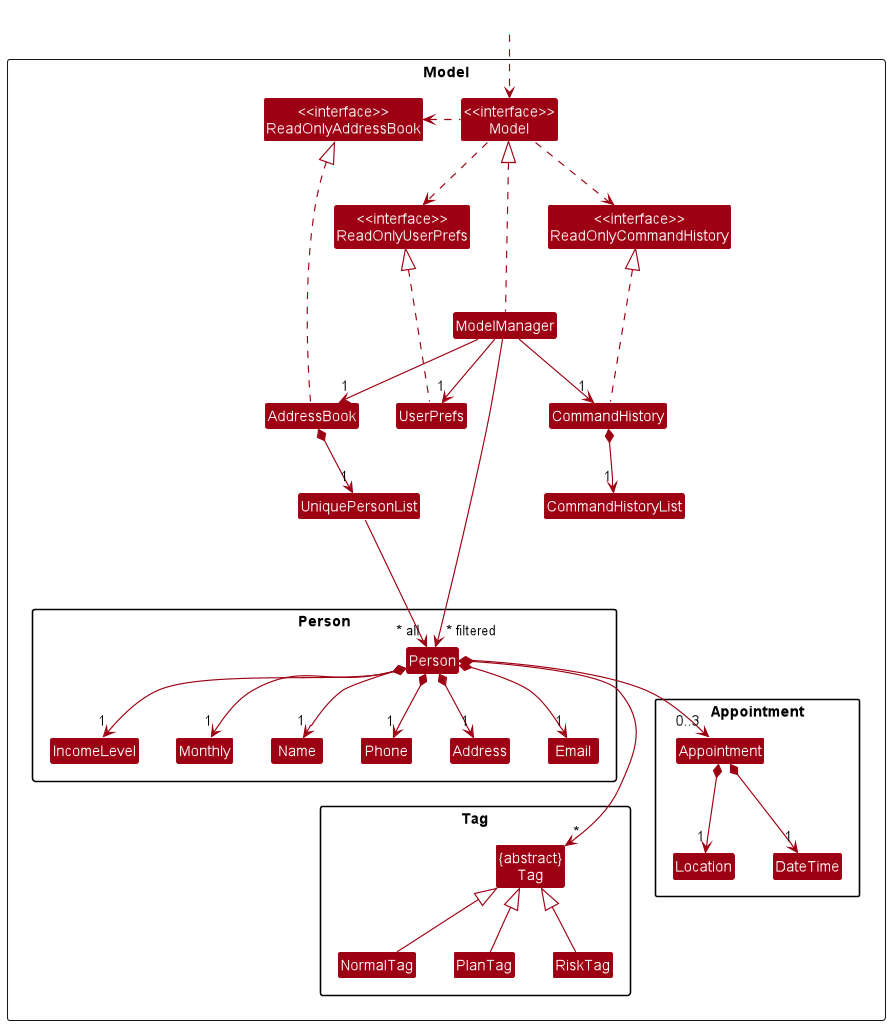
Earlier version of the PlantUML export docs/images/ModelClassDiagram.png (nus-cs2103-AY2223S1/tp). Its source is kept beside it as docs/diagrams/ModelClassDiagram.puml.
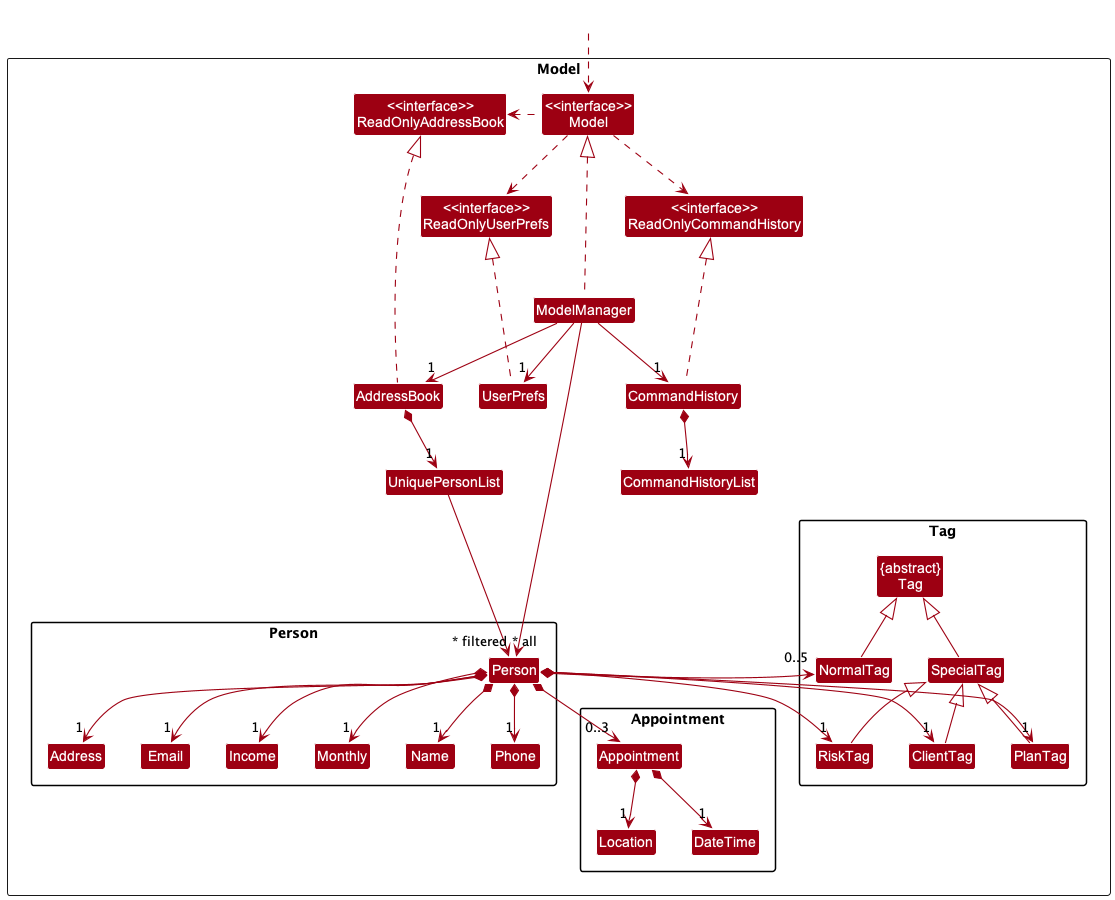
After the commit.

Diff of the diagram source:
```diff
@@ -15,7 +15,7 @@
 Class Email
 Class Name
 Class Phone
-Class IncomeLevel
+Class Income
 Class Monthly
 Class HiddenModel2 #FFFFFF
 Class HiddenModel3 #FFFFFF
@@ -26,6 +26,8 @@
 Class NormalTag
 Class PlanTag
 Class RiskTag
+Class ClientTag
+Class SpecialTag
 }
 
 Package Appointment as AppointmentPackage{
@@ -47,12 +49,13 @@
 Class Name
 Class Phone
 Class "{abstract}\nTag" as Tag
-Class IncomeLevel
+Class Income
 Class Monthly
 Class Appointment
 Class NormalTag
 Class PlanTag
 Class RiskTag
+class ClientTag
 Class Location
 Class DateTime
 
@@ -80,10 +83,13 @@
 Person *--> "1" Phone
 Person *--> "1" Email
 Person *--> "1" Address
-Person *--> "1" IncomeLevel
+Person *--> "1" Income
 Person *--> "1" Monthly
 Person *--> "0..3" Appointment
-Person *---> "*" Tag
+Person *-right-> "1" PlanTag
+Person *-right-> "1" RiskTag
+Person *-right-> "1" ClientTag
+Person *-right-> "0..5" NormalTag
 Appointment *--> "1" Location
 Appointment *--> "1" DateTime
 
@@ -102,8 +108,10 @@
 
 
 NormalTag -up-|> Tag
-RiskTag -up-|> Tag
-PlanTag -up-|> Tag
+SpecialTag -up-|> Tag
+RiskTag -up-|> SpecialTag
+PlanTag -up-|> SpecialTag
+ClientTag -up-|> SpecialTag
 
 ModelManager -->"~* filtered" Person
 @enduml
```
